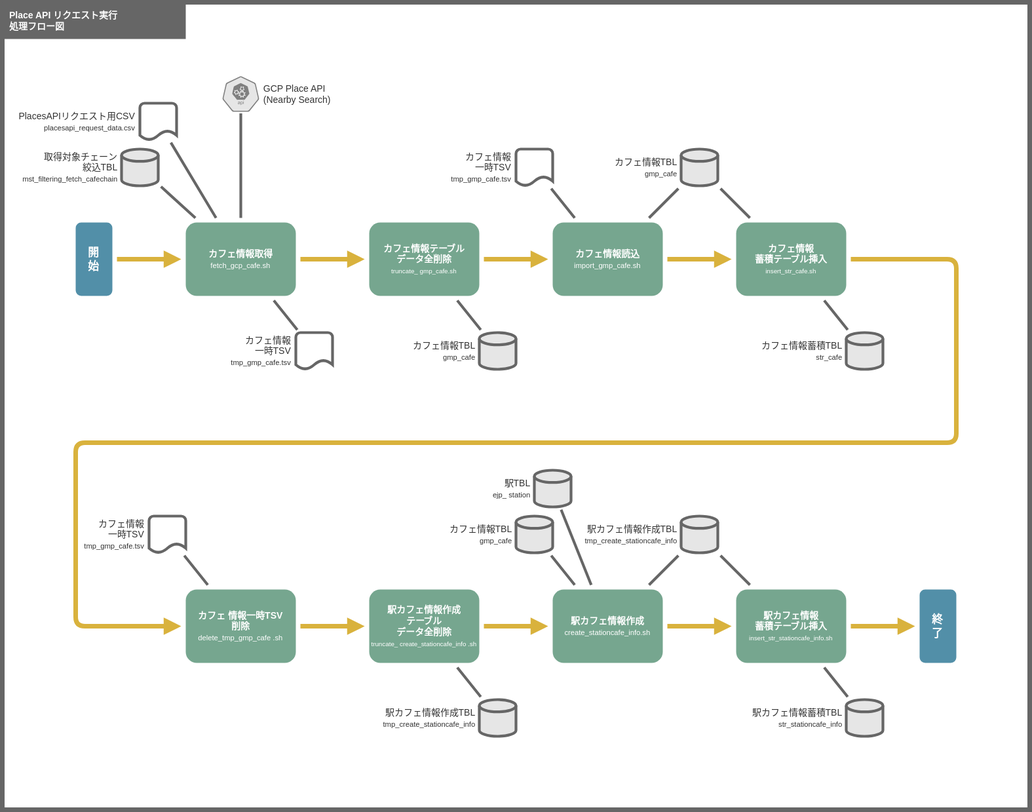
This is doc/201_設計/01510203_PlacesAPIリクエスト実行_処理フロー図.drawio.svg from take4bcreators/cafe-train-prj, a draw.io export, as it was before one commit. Source tidied: cells renumbered, new cells last; positions are measured from the earlier drawing's top-left corner, leaving out a move shared by most shapes.
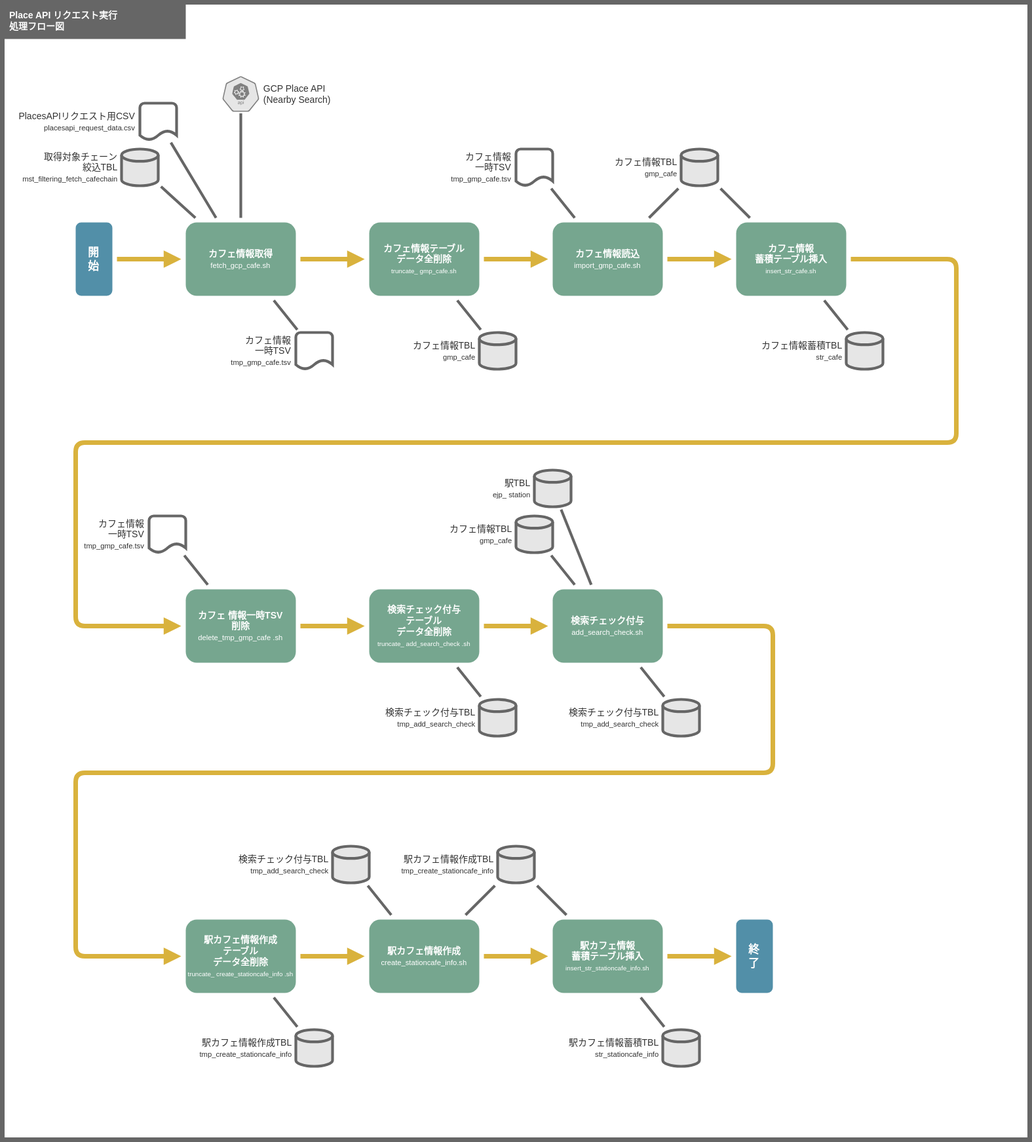
After the change.

Diff of the diagram source:
```diff
@@ -3,7 +3,7 @@
     <mxCell id="0" />
     <mxCell id="1" value="背景" parent="0" />
     <mxCell id="2" style="rounded=0;whiteSpace=wrap;html=1;fillColor=#FFFFFF;strokeColor=#666666;strokeWidth=5;fontSize=10;" parent="1" vertex="1">
-      <mxGeometry width="1120" height="880" as="geometry" />
+      <mxGeometry width="1120" height="1240" as="geometry" />
     </mxCell>
     <mxCell id="3" value="メイン" parent="0" />
     <mxCell id="4" style="edgeStyle=none;shape=connector;rounded=1;html=1;labelBackgroundColor=default;fontFamily=Helvetica;fontSize=11;fontColor=#333333;endArrow=none;endFill=0;strokeColor=#666666;strokeWidth=3;" parent="3" edge="1" source="5" target="19">
@@ -65,8 +65,8 @@
     <mxCell id="22" value="&lt;div style=&quot;text-align: left;&quot;&gt;PlacesAPIリクエスト用CSV&lt;/div&gt;&lt;font style=&quot;text-align: left; font-size: 8px;&quot;&gt;placesapi_request_data.csv&lt;/font&gt;" style="strokeWidth=3;html=1;shape=mxgraph.flowchart.document2;size=0.25;strokeColor=#666666;align=right;labelPosition=left;verticalLabelPosition=middle;verticalAlign=middle;fontSize=10;spacingTop=4;spacingBottom=4;spacingLeft=4;spacingRight=4;perimeterSpacing=3;fontColor=#333333;" parent="3" vertex="1">
       <mxGeometry x="150" y="110" width="40" height="40" as="geometry" />
     </mxCell>
-    <mxCell id="23" value="&lt;span style=&quot;text-align: left&quot;&gt;カフェ情報TBL&lt;/span&gt;&lt;br style=&quot;text-align: left&quot;&gt;&lt;font style=&quot;text-align: left ; font-size: 8px&quot;&gt;gmp_cafe&lt;/font&gt;" style="strokeWidth=3;html=1;shape=mxgraph.flowchart.database;fontFamily=Helvetica;fontSize=10;fontColor=#333333;fillColor=#E6E6E6;labelPosition=left;verticalLabelPosition=middle;align=right;verticalAlign=middle;spacingRight=3;perimeterSpacing=3;spacingLeft=3;strokeColor=#666666;spacingTop=3;spacingBottom=3;" parent="3" vertex="1">
-      <mxGeometry x="560" y="560" width="40" height="40" as="geometry" />
+    <mxCell id="23" value="&lt;span style=&quot;text-align: left&quot;&gt;検索チェック付与TBL&lt;/span&gt;&lt;br style=&quot;text-align: left&quot;&gt;&lt;font style=&quot;text-align: left ; font-size: 8px&quot;&gt;tmp_add_search_check&lt;/font&gt;" style="strokeWidth=3;html=1;shape=mxgraph.flowchart.database;fontFamily=Helvetica;fontSize=10;fontColor=#333333;fillColor=#E6E6E6;labelPosition=left;verticalLabelPosition=middle;align=right;verticalAlign=middle;spacingRight=3;perimeterSpacing=3;spacingLeft=3;strokeColor=#666666;spacingTop=3;spacingBottom=3;" parent="3" vertex="1">
+      <mxGeometry x="360" y="920" width="40" height="40" as="geometry" />
     </mxCell>
     <mxCell id="24" style="edgeStyle=none;shape=connector;rounded=1;html=1;labelBackgroundColor=default;fontFamily=Helvetica;fontSize=10;fontColor=default;endArrow=none;endFill=0;strokeColor=#666666;strokeWidth=3;" parent="3" edge="1" source="23" target="31">
       <mxGeometry relative="1" as="geometry" />
@@ -75,13 +75,13 @@
       <mxGeometry relative="1" as="geometry" />
     </mxCell>
     <mxCell id="26" value="&lt;b&gt;駅カフェ情報&lt;br&gt;蓄積テーブル挿入&lt;/b&gt;&lt;br&gt;&lt;font style=&quot;font-size: 7px&quot;&gt;insert_str_stationcafe_info.sh&lt;/font&gt;" style="rounded=1;whiteSpace=wrap;html=1;fillColor=#76A68F;strokeColor=none;strokeWidth=5;fontSize=10;perimeterSpacing=5;fontColor=#FFFFFF;" parent="3" vertex="1">
-      <mxGeometry x="800" y="640" width="120" height="80" as="geometry" />
+      <mxGeometry x="600" y="1000" width="120" height="80" as="geometry" />
     </mxCell>
     <mxCell id="27" value="駅カフェ情報蓄積TBL&lt;br style=&quot;font-size: 10px&quot;&gt;&lt;font style=&quot;font-size: 8px&quot;&gt;str_stationcafe_info&lt;/font&gt;" style="strokeWidth=3;html=1;shape=mxgraph.flowchart.database;fontFamily=Helvetica;fontSize=10;fontColor=#333333;fillColor=#E6E6E6;labelPosition=left;verticalLabelPosition=middle;align=right;verticalAlign=middle;spacingRight=3;perimeterSpacing=3;spacingLeft=3;strokeColor=#666666;spacingTop=3;spacingBottom=3;" parent="3" vertex="1">
-      <mxGeometry x="920" y="760" width="40" height="40" as="geometry" />
+      <mxGeometry x="720" y="1120" width="40" height="40" as="geometry" />
     </mxCell>
     <mxCell id="28" value="終&lt;br&gt;了" style="rounded=1;whiteSpace=wrap;html=1;fillColor=#528FA8;strokeColor=none;strokeWidth=5;perimeterSpacing=5;fontColor=#FFFFFF;fontStyle=1;" parent="3" vertex="1">
-      <mxGeometry x="1000" y="640" width="40" height="80" as="geometry" />
+      <mxGeometry x="800" y="1000" width="40" height="80" as="geometry" />
     </mxCell>
     <mxCell id="29" style="edgeStyle=none;shape=connector;rounded=1;html=1;labelBackgroundColor=default;fontFamily=Helvetica;fontSize=10;fontColor=default;endArrow=block;endFill=1;strokeColor=#D9B23D;strokeWidth=5;startArrow=none;" parent="3" edge="1" source="26" target="28">
       <mxGeometry relative="1" as="geometry" />
@@ -90,13 +90,13 @@
       <mxGeometry relative="1" as="geometry" />
     </mxCell>
     <mxCell id="31" value="&lt;b&gt;駅カフェ情報作成&lt;/b&gt;&lt;br&gt;&lt;font style=&quot;font-size: 8px&quot;&gt;create_stationcafe_info.sh&lt;/font&gt;" style="rounded=1;whiteSpace=wrap;html=1;fillColor=#76A68F;strokeColor=none;strokeWidth=5;fontSize=10;perimeterSpacing=5;fontColor=#FFFFFF;" parent="3" vertex="1">
-      <mxGeometry x="600" y="640" width="120" height="80" as="geometry" />
+      <mxGeometry x="400" y="1000" width="120" height="80" as="geometry" />
     </mxCell>
     <mxCell id="32" style="edgeStyle=none;shape=connector;rounded=1;html=1;labelBackgroundColor=default;fontFamily=Helvetica;fontSize=11;fontColor=default;endArrow=none;endFill=0;strokeColor=#666666;strokeWidth=3;" parent="3" edge="1" source="33" target="26">
       <mxGeometry relative="1" as="geometry" />
     </mxCell>
     <mxCell id="33" value="&lt;span style=&quot;text-align: left&quot;&gt;駅カフェ情報作成TBL&lt;/span&gt;&lt;br style=&quot;text-align: left&quot;&gt;&lt;font style=&quot;text-align: left ; font-size: 8px&quot;&gt;tmp_create_stationcafe_info&lt;/font&gt;" style="strokeWidth=3;html=1;shape=mxgraph.flowchart.database;fontFamily=Helvetica;fontSize=10;fontColor=#333333;fillColor=#E6E6E6;labelPosition=left;verticalLabelPosition=middle;align=right;verticalAlign=middle;spacingRight=3;perimeterSpacing=3;spacingLeft=3;strokeColor=#666666;spacingTop=3;spacingBottom=3;" parent="3" vertex="1">
-      <mxGeometry x="740" y="560" width="40" height="40" as="geometry" />
+      <mxGeometry x="540" y="920" width="40" height="40" as="geometry" />
     </mxCell>
     <mxCell id="34" style="edgeStyle=none;shape=connector;rounded=1;html=1;labelBackgroundColor=default;fontFamily=Helvetica;fontSize=10;fontColor=default;endArrow=block;endFill=1;strokeColor=#D9B23D;strokeWidth=5;startArrow=none;" parent="3" edge="1" source="31" target="26">
       <mxGeometry relative="1" as="geometry" />
@@ -142,14 +142,14 @@
       <mxGeometry relative="1" as="geometry" />
     </mxCell>
     <mxCell id="46" value="&lt;span style=&quot;text-align: left&quot;&gt;&lt;b&gt;駅カフェ情報作成&lt;br&gt;テーブル&lt;br&gt;データ全削除&lt;/b&gt;&lt;br&gt;&lt;/span&gt;&lt;font style=&quot;font-size: 7px&quot;&gt;&lt;span style=&quot;text-align: right&quot;&gt;truncate_&lt;/span&gt;&lt;span&gt;create_stationcafe_info&lt;/span&gt;&lt;span style=&quot;text-align: left&quot;&gt;.sh&lt;/span&gt;&lt;/font&gt;" style="rounded=1;whiteSpace=wrap;html=1;fillColor=#76A68F;strokeColor=none;strokeWidth=5;fontSize=10;perimeterSpacing=5;fontColor=#FFFFFF;" parent="3" vertex="1">
-      <mxGeometry x="400" y="640" width="120" height="80" as="geometry" />
+      <mxGeometry x="200" y="1000" width="120" height="80" as="geometry" />
     </mxCell>
     <mxCell id="47" value="&lt;span style=&quot;text-align: left&quot;&gt;駅カフェ情報作成TBL&lt;/span&gt;&lt;br style=&quot;text-align: left&quot;&gt;&lt;font style=&quot;text-align: left ; font-size: 8px&quot;&gt;tmp_create_stationcafe_info&lt;/font&gt;" style="strokeWidth=3;html=1;shape=mxgraph.flowchart.database;fontFamily=Helvetica;fontSize=10;fontColor=#333333;fillColor=#E6E6E6;labelPosition=left;verticalLabelPosition=middle;align=right;verticalAlign=middle;spacingRight=3;perimeterSpacing=3;spacingLeft=3;strokeColor=#666666;spacingTop=3;spacingBottom=3;" parent="3" vertex="1">
-      <mxGeometry x="520" y="760" width="40" height="40" as="geometry" />
+      <mxGeometry x="320" y="1120" width="40" height="40" as="geometry" />
     </mxCell>
-    <mxCell id="48" style="edgeStyle=none;shape=connector;rounded=1;html=1;labelBackgroundColor=default;fontFamily=Helvetica;fontSize=10;fontColor=default;startArrow=none;endArrow=block;endFill=1;strokeColor=#D9B23D;strokeWidth=5;" parent="3" edge="1" source="49" target="46">
-      <mxGeometry relative="1" as="geometry" />
-    </mxCell>
+    <mxCell id="54" style="edgeStyle=none;shape=connector;rounded=1;html=1;labelBackgroundColor=default;fontFamily=Helvetica;fontSize=10;fontColor=default;startArrow=none;endArrow=block;endFill=1;strokeColor=#D9B23D;strokeWidth=5;" parent="3" edge="1" source="49" target="60">
+      <mxGeometry relative="1" as="geometry" />
+    </mxCell>
     <mxCell id="49" value="&lt;b&gt;&lt;span style=&quot;text-align: right&quot;&gt;カフェ&lt;/span&gt;情報一時TSV&lt;br&gt;削除&lt;/b&gt;&lt;br&gt;&lt;span style=&quot;font-size: 8px ; text-align: right&quot;&gt;delete_tmp_gmp_cafe&lt;/span&gt;&lt;span style=&quot;font-size: 8px ; text-align: left&quot;&gt;.sh&lt;/span&gt;" style="rounded=1;whiteSpace=wrap;html=1;fillColor=#76A68F;strokeColor=none;strokeWidth=5;fontSize=10;perimeterSpacing=5;fontColor=#FFFFFF;" parent="3" vertex="1">
       <mxGeometry x="200" y="640" width="120" height="80" as="geometry" />
     </mxCell>
@@ -159,9 +159,46 @@
     <mxCell id="51" value="&lt;div&gt;カフェ情報&lt;/div&gt;&lt;div&gt;一時TSV&lt;/div&gt;&lt;font style=&quot;font-size: 8px&quot;&gt;tmp_gmp_cafe.tsv&lt;/font&gt;" style="strokeWidth=3;html=1;shape=mxgraph.flowchart.document2;size=0.25;strokeColor=#666666;align=right;labelPosition=left;verticalLabelPosition=middle;verticalAlign=middle;fontSize=10;spacingTop=4;spacingBottom=4;spacingLeft=4;spacingRight=4;spacing=2;perimeterSpacing=3;fontColor=#333333;" parent="3" vertex="1">
       <mxGeometry x="160" y="560" width="40" height="40" as="geometry" />
     </mxCell>
-    <mxCell id="52" style="edgeStyle=none;shape=connector;rounded=1;html=1;labelBackgroundColor=default;fontFamily=Helvetica;fontSize=10;fontColor=default;endArrow=none;endFill=0;strokeColor=#666666;strokeWidth=3;" parent="3" edge="1" source="53" target="31">
-      <mxGeometry relative="1" as="geometry" />
-    </mxCell>
+    <mxCell id="55" style="edgeStyle=none;shape=connector;rounded=1;html=1;labelBackgroundColor=default;fontFamily=Helvetica;fontSize=7;fontColor=default;endArrow=none;endFill=0;strokeColor=#666666;strokeWidth=3;" parent="3" edge="1" source="57" target="64">
+      <mxGeometry relative="1" as="geometry" />
+    </mxCell>
+    <mxCell id="56" style="edgeStyle=none;shape=connector;rounded=1;html=1;labelBackgroundColor=default;fontFamily=Helvetica;fontSize=10;fontColor=default;startArrow=none;endArrow=block;endFill=1;strokeColor=#D9B23D;strokeWidth=5;" parent="3" edge="1" source="57" target="46">
+      <mxGeometry relative="1" as="geometry">
+        <Array as="points">
+          <mxPoint x="840" y="680" />
+          <mxPoint x="840" y="840" />
+          <mxPoint x="80" y="840" />
+          <mxPoint x="80" y="1040" />
+        </Array>
+      </mxGeometry>
+    </mxCell>
+    <mxCell id="57" value="&lt;b&gt;検索チェック付与&lt;/b&gt;&lt;br&gt;&lt;font style=&quot;font-size: 8px&quot;&gt;add_search_check.sh&lt;/font&gt;" style="rounded=1;whiteSpace=wrap;html=1;fillColor=#76A68F;strokeColor=none;strokeWidth=5;fontSize=10;perimeterSpacing=5;fontColor=#FFFFFF;" parent="3" vertex="1">
+      <mxGeometry x="600" y="640" width="120" height="80" as="geometry" />
+    </mxCell>
+    <mxCell id="58" style="edgeStyle=none;shape=connector;rounded=1;html=1;labelBackgroundColor=default;fontFamily=Helvetica;fontSize=7;fontColor=default;endArrow=none;endFill=0;strokeColor=#666666;strokeWidth=3;" parent="3" edge="1" source="60" target="61">
+      <mxGeometry relative="1" as="geometry" />
+    </mxCell>
+    <mxCell id="59" style="edgeStyle=none;shape=connector;rounded=1;html=1;labelBackgroundColor=default;fontFamily=Helvetica;fontSize=10;fontColor=default;startArrow=none;endArrow=block;endFill=1;strokeColor=#D9B23D;strokeWidth=5;" parent="3" edge="1" source="60" target="57">
+      <mxGeometry relative="1" as="geometry" />
+    </mxCell>
+    <mxCell id="60" value="&lt;span style=&quot;text-align: left&quot;&gt;&lt;b&gt;検索チェック付与&lt;br&gt;テーブル&lt;br&gt;データ全削除&lt;/b&gt;&lt;br&gt;&lt;/span&gt;&lt;font style=&quot;font-size: 7px&quot;&gt;&lt;span style=&quot;text-align: right&quot;&gt;truncate_&lt;/span&gt;&lt;span&gt;add_search_check&lt;/span&gt;&lt;span style=&quot;text-align: left&quot;&gt;.sh&lt;/span&gt;&lt;/font&gt;" style="rounded=1;whiteSpace=wrap;html=1;fillColor=#76A68F;strokeColor=none;strokeWidth=5;fontSize=10;perimeterSpacing=5;fontColor=#FFFFFF;" parent="3" vertex="1">
+      <mxGeometry x="400" y="640" width="120" height="80" as="geometry" />
+    </mxCell>
+    <mxCell id="61" value="&lt;span style=&quot;text-align: left&quot;&gt;検索チェック付与TBL&lt;/span&gt;&lt;br style=&quot;text-align: left&quot;&gt;&lt;font style=&quot;text-align: left ; font-size: 8px&quot;&gt;tmp_add_search_check&lt;/font&gt;" style="strokeWidth=3;html=1;shape=mxgraph.flowchart.database;fontFamily=Helvetica;fontSize=10;fontColor=#333333;fillColor=#E6E6E6;labelPosition=left;verticalLabelPosition=middle;align=right;verticalAlign=middle;spacingRight=3;perimeterSpacing=3;spacingLeft=3;strokeColor=#666666;spacingTop=3;spacingBottom=3;" parent="3" vertex="1">
+      <mxGeometry x="520" y="760" width="40" height="40" as="geometry" />
+    </mxCell>
+    <mxCell id="62" style="edgeStyle=none;shape=connector;rounded=1;html=1;labelBackgroundColor=default;fontFamily=Helvetica;fontSize=10;fontColor=default;endArrow=none;endFill=0;strokeColor=#666666;strokeWidth=3;" parent="3" edge="1" source="63" target="57">
+      <mxGeometry relative="1" as="geometry" />
+    </mxCell>
+    <mxCell id="63" value="&lt;span style=&quot;text-align: left&quot;&gt;カフェ情報TBL&lt;/span&gt;&lt;br style=&quot;text-align: left&quot;&gt;&lt;font style=&quot;text-align: left ; font-size: 8px&quot;&gt;gmp_cafe&lt;/font&gt;" style="strokeWidth=3;html=1;shape=mxgraph.flowchart.database;fontFamily=Helvetica;fontSize=10;fontColor=#333333;fillColor=#E6E6E6;labelPosition=left;verticalLabelPosition=middle;align=right;verticalAlign=middle;spacingRight=3;perimeterSpacing=3;spacingLeft=3;strokeColor=#666666;spacingTop=3;spacingBottom=3;" parent="3" vertex="1">
+      <mxGeometry x="560" y="560" width="40" height="40" as="geometry" />
+    </mxCell>
+    <mxCell id="64" value="&lt;span style=&quot;text-align: left&quot;&gt;検索チェック付与TBL&lt;/span&gt;&lt;br style=&quot;text-align: left&quot;&gt;&lt;font style=&quot;text-align: left ; font-size: 8px&quot;&gt;tmp_add_search_check&lt;/font&gt;" style="strokeWidth=3;html=1;shape=mxgraph.flowchart.database;fontFamily=Helvetica;fontSize=10;fontColor=#333333;fillColor=#E6E6E6;labelPosition=left;verticalLabelPosition=middle;align=right;verticalAlign=middle;spacingRight=3;perimeterSpacing=3;spacingLeft=3;strokeColor=#666666;spacingTop=3;spacingBottom=3;" parent="3" vertex="1">
+      <mxGeometry x="720" y="760" width="40" height="40" as="geometry" />
+    </mxCell>
+    <mxCell id="65" style="edgeStyle=none;shape=connector;rounded=1;html=1;labelBackgroundColor=default;fontFamily=Helvetica;fontSize=7;fontColor=default;endArrow=none;endFill=0;strokeColor=#666666;strokeWidth=3;" parent="3" edge="1" source="53" target="57">
+      <mxGeometry relative="1" as="geometry" />
+    </mxCell>
     <mxCell id="53" value="駅TBL&lt;br&gt;&lt;span style=&quot;font-size: 8px&quot;&gt;ejp_&lt;/span&gt;&lt;span style=&quot;font-size: 8px&quot;&gt;station&lt;/span&gt;" style="strokeWidth=3;html=1;shape=mxgraph.flowchart.database;fontFamily=Helvetica;fontSize=10;fontColor=#333333;fillColor=#E6E6E6;labelPosition=left;verticalLabelPosition=middle;align=right;verticalAlign=middle;spacingRight=3;perimeterSpacing=3;spacingLeft=3;strokeColor=#666666;spacingTop=3;spacingBottom=3;" parent="3" vertex="1">
       <mxGeometry x="580" y="510" width="40" height="40" as="geometry" />
     </mxCell>
```
